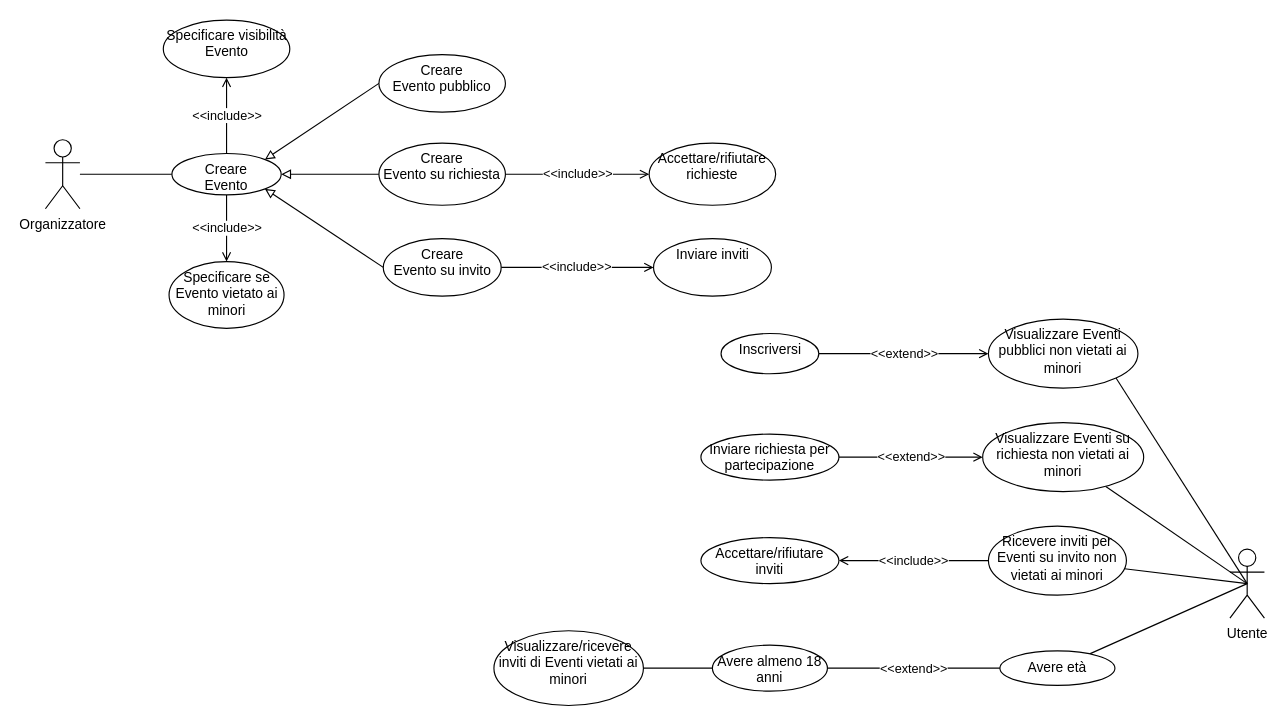
Earlier version of the draw.io diagram UseCase/RF08_Visibilità_Evento/Visibilità_Evento.drawio (4spot-team/documentation). Source tidied: cells renumbered, new cells numbered last; positions are measured from the earlier drawing's top-left corner, leaving out a move shared by most shapes. Both pictures are drawn from the tidied source at 115%, with x=0, y=0 at pixel (45, 20).
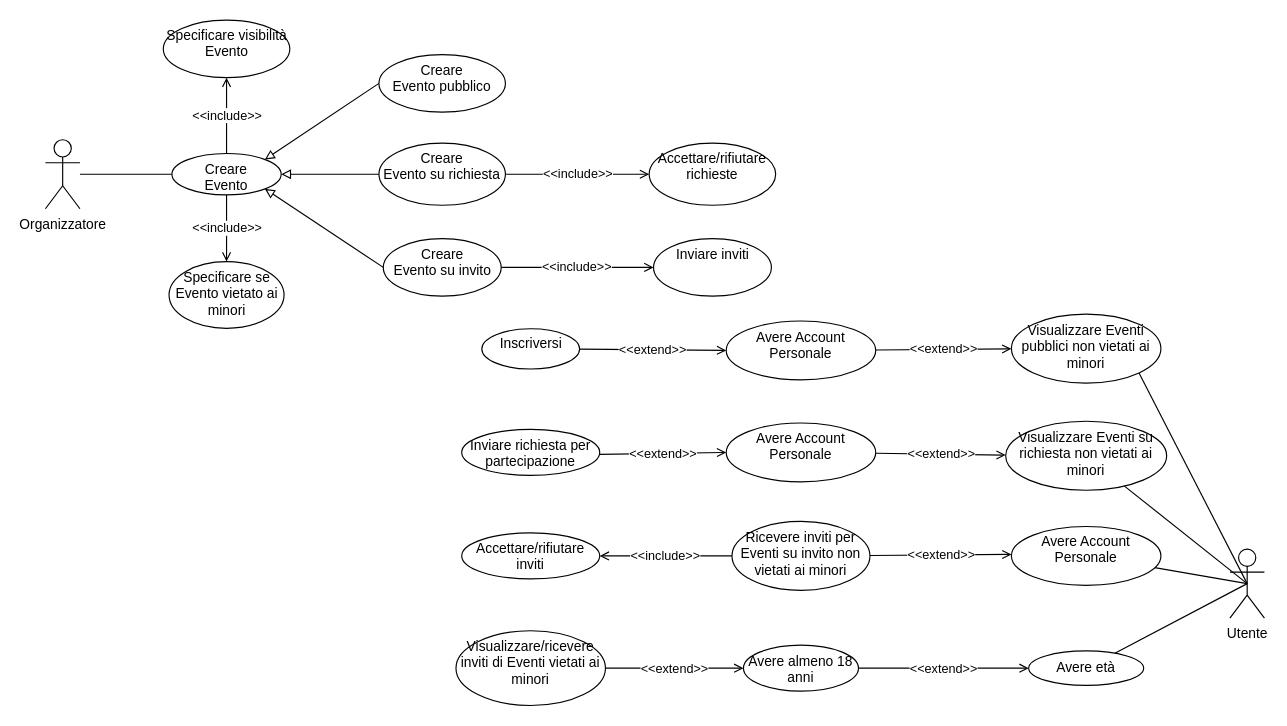
Above is the later version.

The change refers to these unchanged cells:
```xml
<mxCell id="5" value="Utente" style="shape=umlActor;verticalLabelPosition=bottom;verticalAlign=top;html=1;outlineConnect=0;" parent="1" vertex="1">
  <mxGeometry x="1030" y="460" width="30" height="60" as="geometry" />
</mxCell>
```

What changed in the source:
```diff
@@
-    <mxCell id="20" value="&amp;lt;&amp;lt;extend&amp;gt;&amp;gt;" style="edgeStyle=none;rounded=0;jettySize=auto;html=1;endArrow=open;endFill=0;" parent="1" edge="1" source="28" target="21">
+    <mxCell id="20" value="&amp;lt;&amp;lt;extend&amp;gt;&amp;gt;" style="edgeStyle=none;rounded=0;jettySize=auto;html=1;endArrow=open;endFill=0;entryX=0;entryY=0.5;entryDx=0;entryDy=0;" parent="1" edge="1" source="28" target="40">
       <mxGeometry relative="1" as="geometry" />
     </mxCell>
     <mxCell id="21" value="Visualizzare Eventi pubblici non vietati ai minori" style="ellipse;whiteSpace=wrap;html=1;verticalAlign=top;" parent="1" vertex="1">
-      <mxGeometry x="820" y="260" width="130" height="60" as="geometry" />
+      <mxGeometry x="840" y="255.6" width="130" height="60" as="geometry" />
     </mxCell>
@@
-    <mxCell id="23" value="&amp;lt;&amp;lt;extend&amp;gt;&amp;gt;" style="edgeStyle=none;rounded=0;jettySize=auto;html=1;endArrow=open;endFill=0;" parent="1" edge="1" source="29" target="24">
+    <mxCell id="23" value="&amp;lt;&amp;lt;extend&amp;gt;&amp;gt;" style="edgeStyle=none;rounded=0;jettySize=auto;html=1;endArrow=open;endFill=0;entryX=0;entryY=0.5;entryDx=0;entryDy=0;" parent="1" edge="1" source="29" target="42">
       <mxGeometry relative="1" as="geometry" />
     </mxCell>
     <mxCell id="24" value="Visualizzare Eventi su richiesta non vietati ai minori" style="ellipse;whiteSpace=wrap;html=1;verticalAlign=top;" parent="1" vertex="1">
-      <mxGeometry x="815" y="350" width="140" height="60" as="geometry" />
+      <mxGeometry x="835" y="348.8" width="140" height="60" as="geometry" />
     </mxCell>
-    <mxCell id="25" style="edgeStyle=none;rounded=0;jettySize=auto;html=1;entryX=0.5;entryY=0.5;entryDx=0;entryDy=0;entryPerimeter=0;endArrow=none;endFill=0;" parent="1" edge="1" source="27" target="5">
-      <mxGeometry relative="1" as="geometry" />
-    </mxCell>
@@
+    <mxCell id="38" value="&amp;lt;&amp;lt;extend&amp;gt;&amp;gt;" style="edgeStyle=none;rounded=0;jettySize=auto;html=1;endArrow=open;endFill=0;" parent="1" edge="1" source="27" target="44">
+      <mxGeometry relative="1" as="geometry" />
+    </mxCell>
     <mxCell id="27" value="Ricevere inviti per Eventi su invito non vietati ai minori" style="ellipse;whiteSpace=wrap;html=1;verticalAlign=top;" parent="1" vertex="1">
-      <mxGeometry x="820" y="440" width="120" height="60" as="geometry" />
+      <mxGeometry x="597" y="435.9" width="120" height="60" as="geometry" />
     </mxCell>
     <mxCell id="28" value="Inscriversi" style="ellipse;whiteSpace=wrap;html=1;verticalAlign=top;" parent="1" vertex="1">
-      <mxGeometry x="587.5" y="272.5" width="85" height="35" as="geometry" />
+      <mxGeometry x="379.5" y="268.4" width="85" height="35" as="geometry" />
     </mxCell>
     <mxCell id="29" value="Inviare richiesta per partecipazione" style="ellipse;whiteSpace=wrap;html=1;verticalAlign=top;" parent="1" vertex="1">
-      <mxGeometry x="570" y="360" width="120" height="40" as="geometry" />
+      <mxGeometry x="362" y="355.9" width="120" height="40" as="geometry" />
     </mxCell>
     <mxCell id="30" value="Accettare/rifiutare inviti" style="ellipse;whiteSpace=wrap;html=1;verticalAlign=top;" parent="1" vertex="1">
-      <mxGeometry x="570" y="450" width="120" height="40" as="geometry" />
+      <mxGeometry x="362" y="445.9" width="120" height="40" as="geometry" />
     </mxCell>
@@
     <mxCell id="33" value="Avere età" style="ellipse;whiteSpace=wrap;html=1;verticalAlign=top;" parent="1" vertex="1">
-      <mxGeometry x="830" y="548.5" width="100" height="30" as="geometry" />
+      <mxGeometry x="855" y="548.5" width="100" height="30" as="geometry" />
     </mxCell>
-    <mxCell id="34" value="&amp;lt;&amp;lt;extend&amp;gt;&amp;gt;" style="edgeStyle=none;rounded=0;jettySize=auto;html=1;endArrow=none;endFill=0;" parent="1" edge="1" source="36" target="33">
+    <mxCell id="34" value="&amp;lt;&amp;lt;extend&amp;gt;&amp;gt;" style="edgeStyle=none;rounded=0;jettySize=auto;html=1;endArrow=open;endFill=0;" parent="1" edge="1" source="36" target="33">
       <mxGeometry relative="1" as="geometry" />
     </mxCell>
-    <mxCell id="35" style="edgeStyle=none;rounded=0;jettySize=auto;html=1;endArrow=none;endFill=0;" parent="1" edge="1" source="36" target="37">
+    <mxCell id="35" value="&amp;lt;&amp;lt;extend&amp;gt;&amp;gt;" style="edgeStyle=none;rounded=0;jettySize=auto;html=1;endArrow=open;endFill=0;" parent="1" edge="1" source="37" target="36">
       <mxGeometry relative="1" as="geometry" />
     </mxCell>
     <mxCell id="36" value="Avere almeno 18 anni" style="ellipse;whiteSpace=wrap;html=1;verticalAlign=top;" parent="1" vertex="1">
-      <mxGeometry x="580" y="543.5" width="100" height="40" as="geometry" />
+      <mxGeometry x="607" y="543.5" width="100" height="40" as="geometry" />
     </mxCell>
     <mxCell id="37" value="Visualizzare/ricevere inviti di Eventi vietati ai minori" style="ellipse;whiteSpace=wrap;html=1;verticalAlign=top;" parent="1" vertex="1">
-      <mxGeometry x="390" y="531" width="130" height="65" as="geometry" />
+      <mxGeometry x="357" y="531" width="130" height="65" as="geometry" />
     </mxCell>
+    <mxCell id="39" value="&amp;lt;&amp;lt;extend&amp;gt;&amp;gt;" style="edgeStyle=none;rounded=0;jettySize=auto;html=1;endArrow=open;endFill=0;" parent="1" edge="1" source="40" target="21">
+      <mxGeometry relative="1" as="geometry" />
+    </mxCell>
+    <mxCell id="40" value="Avere Account Personale" style="ellipse;whiteSpace=wrap;html=1;verticalAlign=top;" parent="1" vertex="1">
+      <mxGeometry x="592" y="261.6" width="130" height="51.2" as="geometry" />
+    </mxCell>
+    <mxCell id="41" value="&amp;lt;&amp;lt;extend&amp;gt;&amp;gt;" style="edgeStyle=none;rounded=0;jettySize=auto;html=1;endArrow=open;endFill=0;" parent="1" edge="1" source="42" target="24">
+      <mxGeometry relative="1" as="geometry" />
+    </mxCell>
+    <mxCell id="42" value="Avere Account Personale" style="ellipse;whiteSpace=wrap;html=1;verticalAlign=top;" parent="1" vertex="1">
+      <mxGeometry x="592" y="350.3" width="130" height="51.2" as="geometry" />
+    </mxCell>
+    <mxCell id="43" style="edgeStyle=none;rounded=0;jettySize=auto;html=1;entryX=0.5;entryY=0.5;entryDx=0;entryDy=0;entryPerimeter=0;endArrow=none;endFill=0;" parent="1" edge="1" source="44" target="5">
+      <mxGeometry relative="1" as="geometry" />
+    </mxCell>
+    <mxCell id="44" value="Avere Account Personale" style="ellipse;whiteSpace=wrap;html=1;verticalAlign=top;" parent="1" vertex="1">
+      <mxGeometry x="840" y="440.3" width="130" height="51.2" as="geometry" />
+    </mxCell>
```
